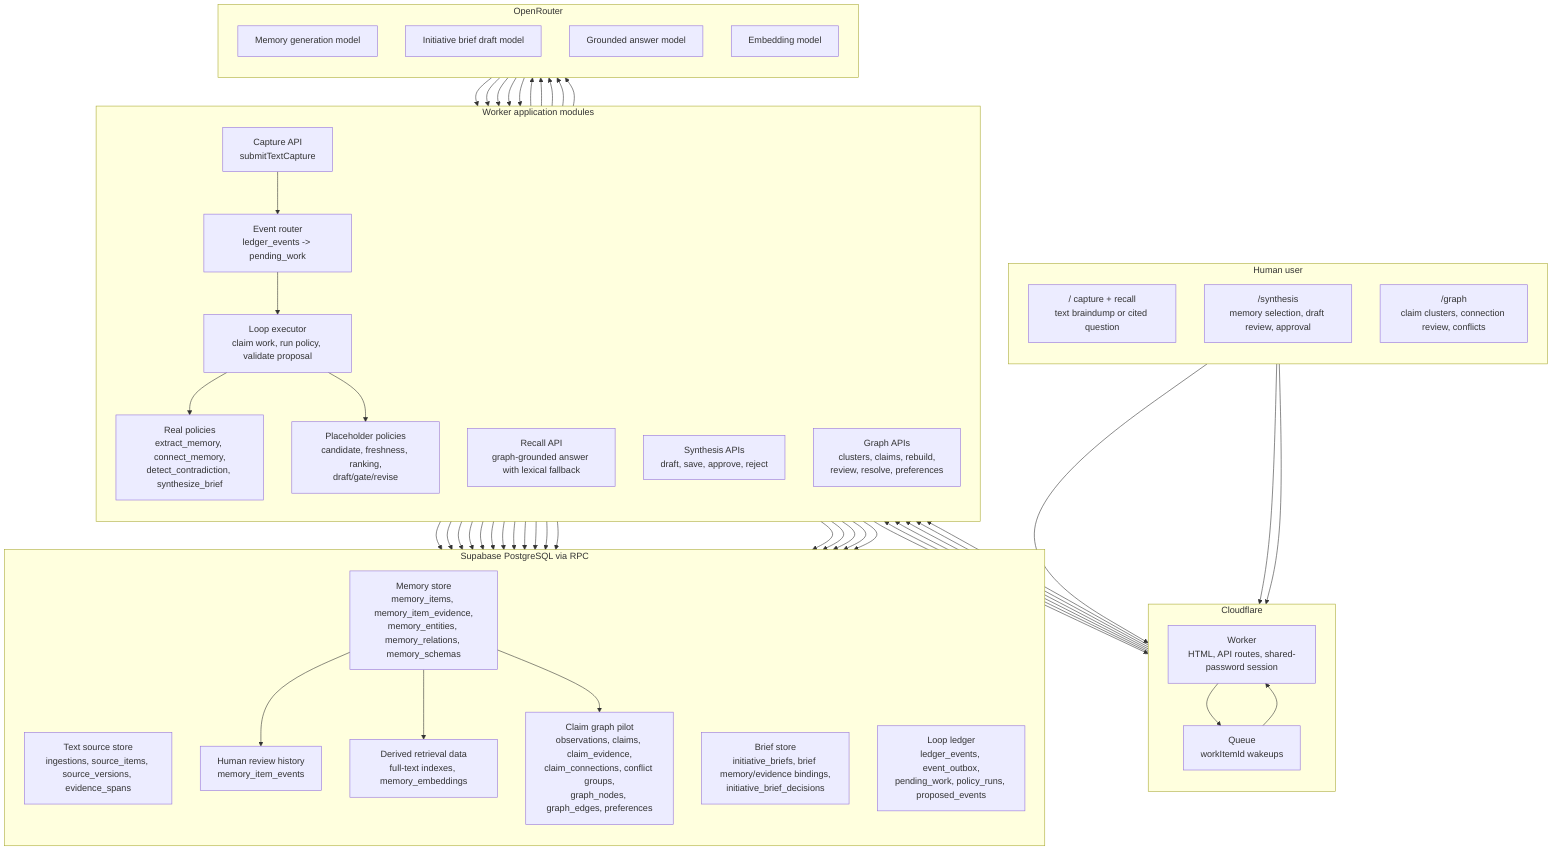
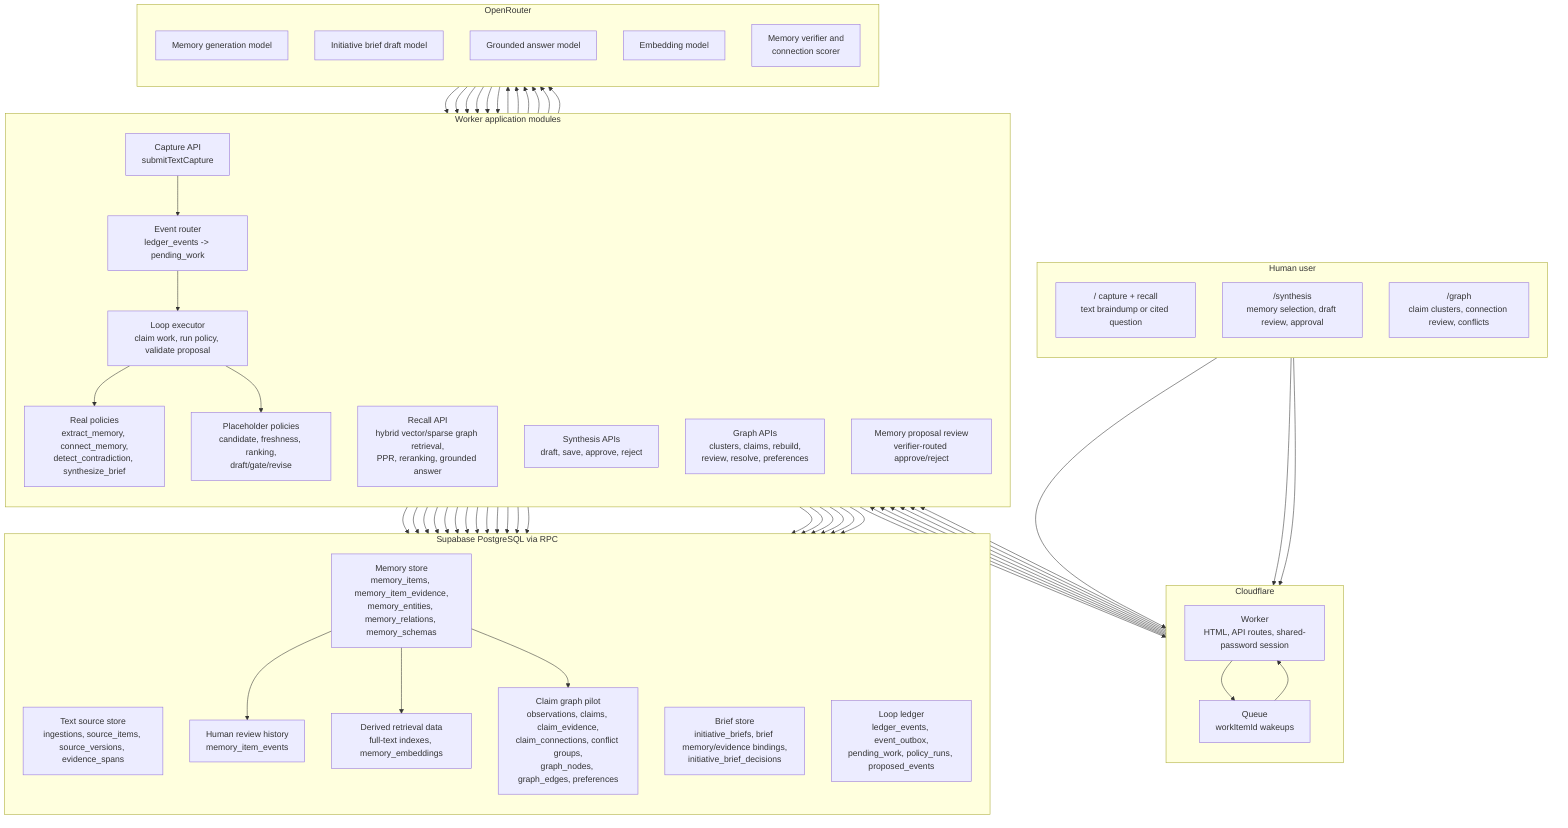
flowchart TB

%% DISTILLERY CURRENT SYSTEM
- %% Status: implemented private pilot as of 2026-07-09.
+ %% Status: implemented private pilot as of 2026-07-15.
%% PostgreSQL is canonical. Cloudflare Queue messages are wakeups only.

subgraph USER["Human user"]
  direction TB
  U1["/ capture + recall<br/>text braindump or cited question"]
  U2["/synthesis<br/>memory selection, draft review, approval"]
  U3["/graph<br/>claim clusters, connection review, conflicts"]
end

subgraph CF["Cloudflare"]
  direction TB
  W["Worker<br/>HTML, API routes, shared-password session"]
  Q["Queue<br/>workItemId wakeups"]
end

subgraph APP["Worker application modules"]
  direction TB
  A1["Capture API<br/>submitTextCapture"]
-   A2["Recall API<br/>graph-grounded answer with lexical fallback"]
+   A2["Recall API<br/>hybrid vector/sparse graph retrieval,<br/>PPR, reranking, grounded answer"]
  A3["Synthesis APIs<br/>draft, save, approve, reject"]
  A4["Event router<br/>ledger_events -> pending_work"]
  A5["Loop executor<br/>claim work, run policy, validate proposal"]
  A6["Real policies<br/>extract_memory, connect_memory,<br/>detect_contradiction, synthesize_brief"]
  A7["Placeholder policies<br/>candidate, freshness, ranking,<br/>draft/gate/revise"]
  A8["Graph APIs<br/>clusters, claims, rebuild,<br/>review, resolve, preferences"]
+   A9["Memory proposal review<br/>verifier-routed approve/reject"]
end

subgraph MODEL["OpenRouter"]
  direction TB
  M1["Memory generation model"]
  M2["Initiative brief draft model"]
  M3["Grounded answer model"]
  M4["Embedding model"]
+   M5["Memory verifier and<br/>connection scorer"]
end

subgraph DB["Supabase PostgreSQL via RPC"]
  direction TB
  D1["Text source store<br/>ingestions, source_items, source_versions, evidence_spans"]
  D2["Memory store<br/>memory_items, memory_item_evidence,<br/>memory_entities, memory_relations, memory_schemas"]
  D3["Human review history<br/>memory_item_events"]
  D4["Brief store<br/>initiative_briefs, brief memory/evidence bindings,<br/>initiative_brief_decisions"]
  D5["Loop ledger<br/>ledger_events, event_outbox,<br/>pending_work, policy_runs, proposed_events"]
  D6["Derived retrieval data<br/>full-text indexes, memory_embeddings"]
  D7["Claim graph pilot<br/>observations, claims, claim_evidence,<br/>claim_connections, conflict groups,<br/>graph_nodes, graph_edges, preferences"]
end

U1 --> W
U2 --> W
U3 --> W
W --> A1
W --> A2
W --> A3
W --> A8
+ W --> A9
W --> A4
Q --> W
W --> Q

A1 --> D1
A1 --> D5
A1 --> A4

A4 --> D5
A4 --> Q
A4 --> A5

A5 --> D5
A5 --> A6
A5 --> A7
A6 --> M1
A6 --> M2
A6 --> M4
+ A6 --> M5
M1 --> A6
M2 --> A6
M4 --> A6
+ M5 --> A6
A5 --> D2
A5 --> D4
A5 --> D5
A5 --> D7

A2 --> D2
A2 --> D1
A2 --> D6
A2 --> D7
A2 --> M3
M3 --> A2

A3 --> D2
A3 --> D1
A3 --> M2
M2 --> A3
A3 --> D4
+ A9 --> D5
+ A9 --> D2

D2 --> D3
D2 --> D6
D2 --> D7

A8 --> D7
A8 --> D2
